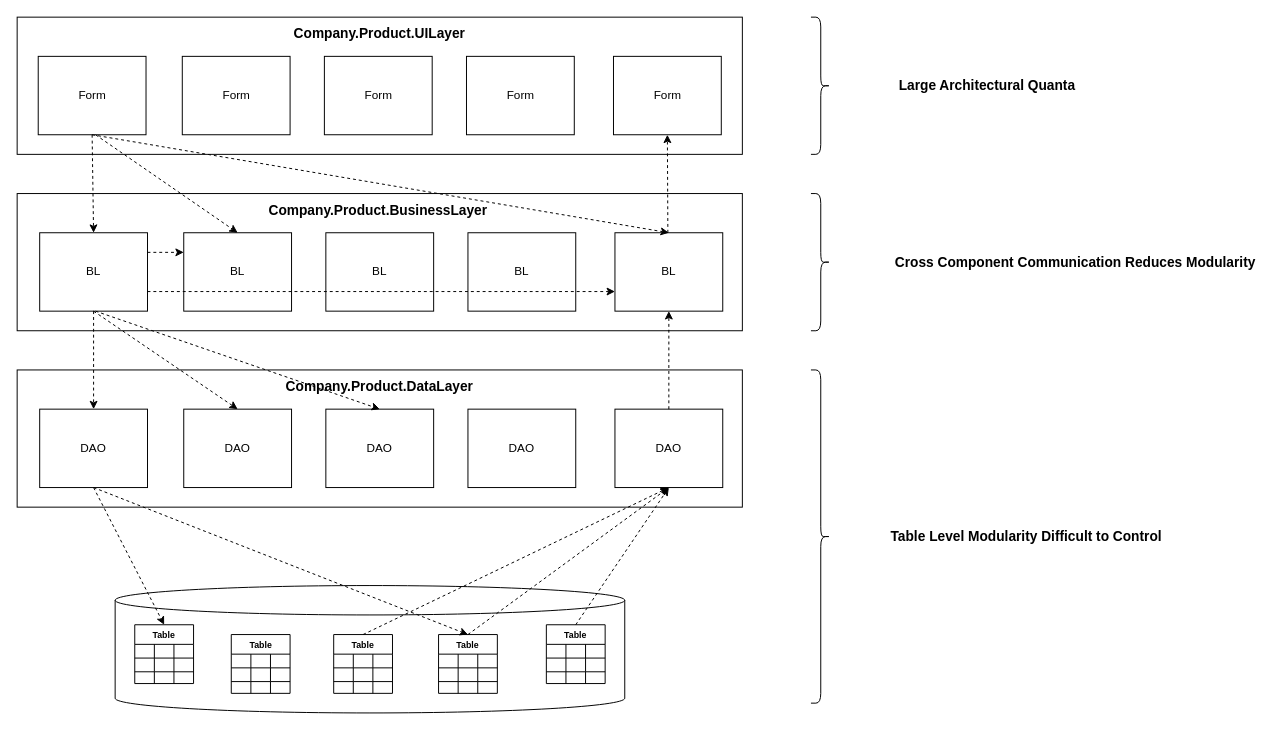
This is page "Problems-Of-Classical-3Tier-Architecture" (6 of 6) of design/ExplanationDiagrams.drawio from codefinity/oeuvre, a draw.io file, before an edit. Source tidied: cells renumbered, new cells numbered last; positions are measured from the earlier drawing's top-left corner, leaving out a move shared by most shapes. Both pictures are drawn from the tidied source at 98%, with x=0, y=0 at pixel (17, 17).
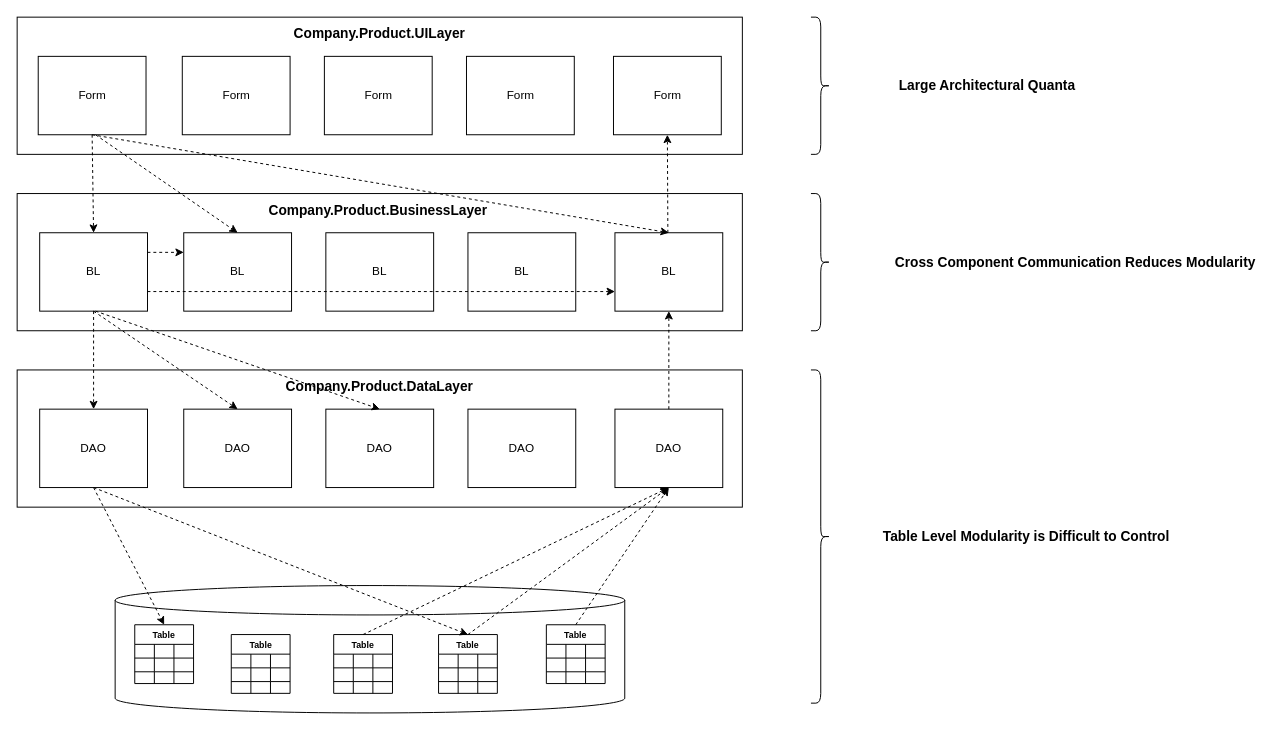
The same diagram, later.

Commit message (it also covers changes not shown here):
Added an Explanation diagram

Change to the diagram source:
```diff
@@
-    <mxCell id="109" value="Table Level Modularity Difficult to Control" style="text;html=1;strokeColor=none;fillColor=none;align=center;verticalAlign=middle;whiteSpace=wrap;rounded=0;shadow=0;sketch=0;fontSize=14;fontStyle=1;" parent="1" vertex="1">
+    <mxCell id="109" value="Table Level Modularity is Difficult to Control" style="text;html=1;strokeColor=none;fillColor=none;align=center;verticalAlign=middle;whiteSpace=wrap;rounded=0;shadow=0;sketch=0;fontSize=14;fontStyle=1;" parent="1" vertex="1">
       <mxGeometry x="840" y="520" width="380" height="20" as="geometry" />
     </mxCell>
```
